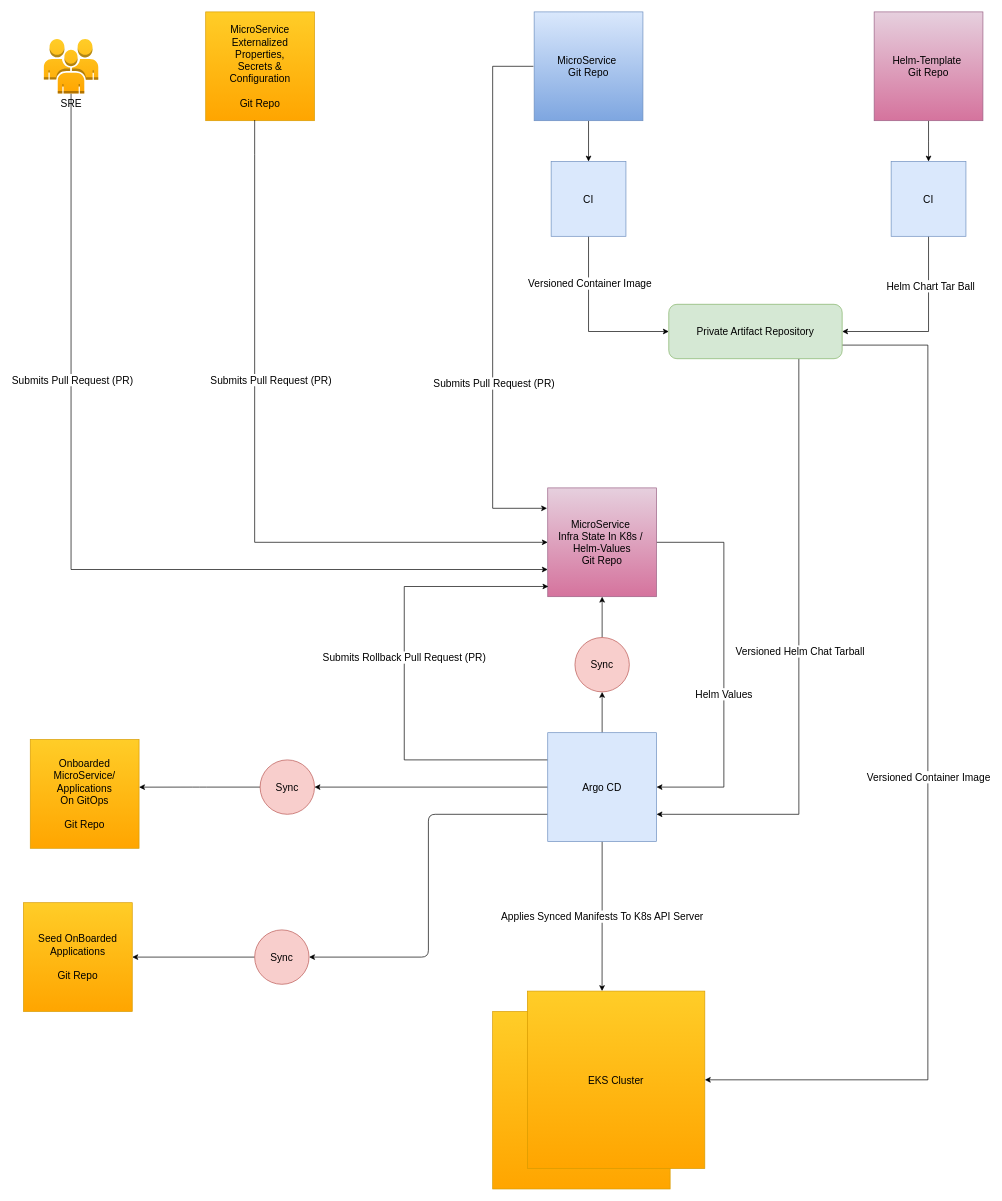
Above: gitSecOps/GitSecOps_High_Level.drawio in sinhasonalkumar/diagram (draw.io), before the change. Source tidied: cells renumbered, new cells numbered last; positions are measured from the earlier drawing's top-left corner, leaving out a move shared by most shapes. Both pictures are drawn from the tidied source at 68%, with x=0, y=0 at pixel (23, 12).
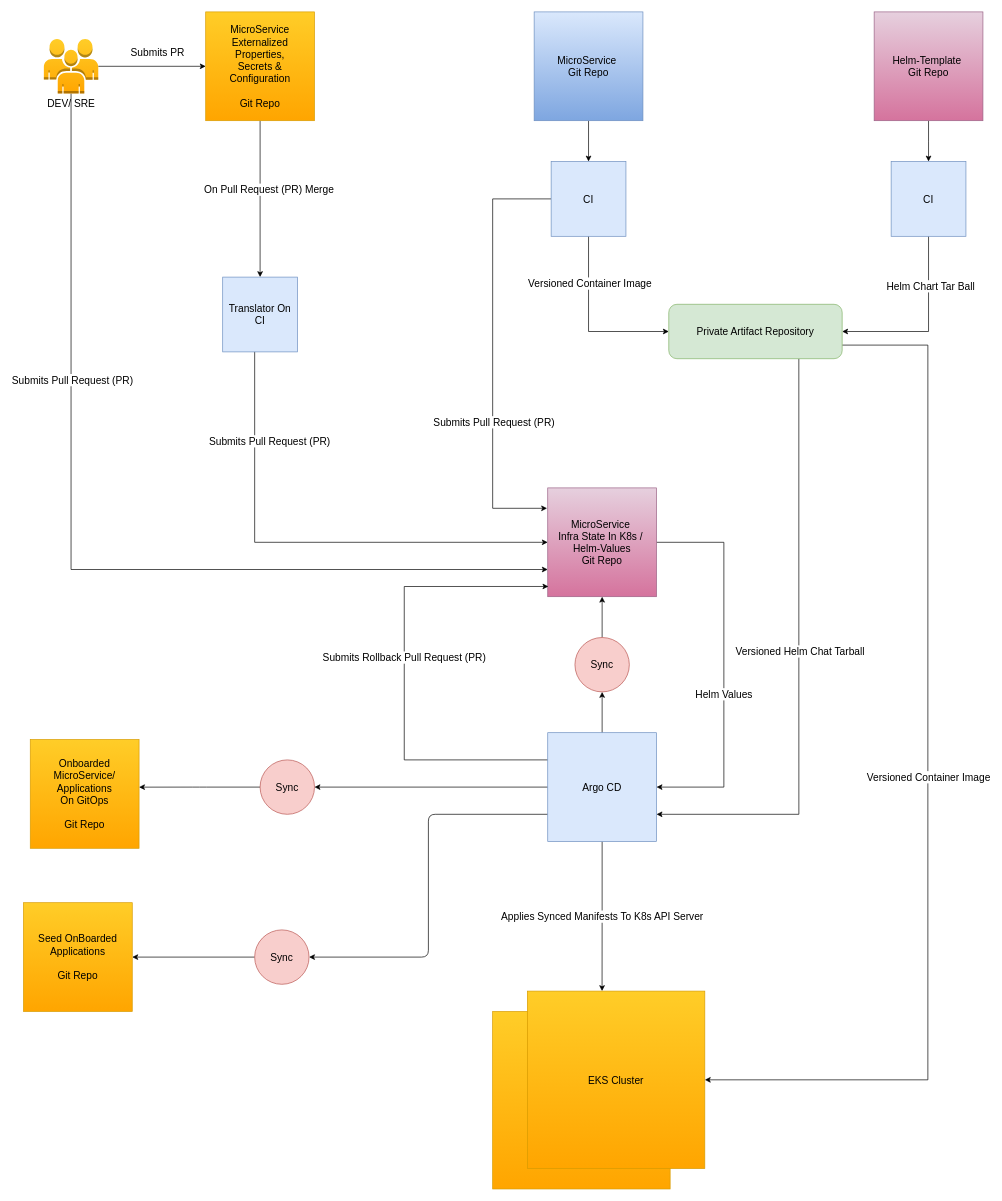
After the change.

The change refers to these unchanged cells:
```xml
<mxCell id="15" value="&lt;font style=&quot;font-size: 15px;&quot;&gt;CI&lt;/font&gt;" style="whiteSpace=wrap;html=1;fillColor=#dae8fc;strokeColor=#6c8ebf;" parent="1" vertex="1">
  <mxGeometry x="776" y="220" width="110" height="110" as="geometry" />
</mxCell>
<mxCell id="21" value="&lt;font style=&quot;font-size: 15px;&quot;&gt;MicroService&amp;nbsp;&lt;br&gt;Infra State In K8s /&amp;nbsp;&lt;br&gt;Helm-Values&lt;br&gt;Git Repo&lt;br&gt;&lt;/font&gt;" style="whiteSpace=wrap;html=1;fillColor=#e6d0de;strokeColor=#996185;gradientColor=#d5739d;" parent="1" vertex="1">
  <mxGeometry x="771" y="700" width="160" height="160" as="geometry" />
</mxCell>
<mxCell id="34" value="&lt;div&gt;&lt;span style=&quot;font-size: 15px;&quot;&gt;MicroService Externalized Properties,&lt;/span&gt;&lt;/div&gt;&lt;div&gt;&lt;span style=&quot;font-size: 15px;&quot;&gt;Secrets &amp;amp;&lt;/span&gt;&lt;/div&gt;&lt;div&gt;&lt;span style=&quot;font-size: 15px;&quot;&gt;Configuration&lt;/span&gt;&lt;/div&gt;&lt;div&gt;&lt;span style=&quot;font-size: 15px;&quot;&gt;&lt;br&gt;&lt;/span&gt;&lt;/div&gt;&lt;div&gt;&lt;span style=&quot;font-size: 15px;&quot;&gt;Git Repo&lt;/span&gt;&lt;/div&gt;" style="whiteSpace=wrap;html=1;fillColor=#ffcd28;strokeColor=#d79b00;gradientColor=#ffa500;" parent="1" vertex="1">
  <mxGeometry x="268" width="160" height="160" as="geometry" />
</mxCell>
```

The edit, as a diff of the source:
```diff
@@
-    <mxCell id="3" style="edgeStyle=orthogonalEdgeStyle;rounded=0;orthogonalLoop=1;jettySize=auto;html=1;exitX=0;exitY=0.5;exitDx=0;exitDy=0;fontSize=15;" parent="1" edge="1">
+    <mxCell id="3" style="edgeStyle=orthogonalEdgeStyle;rounded=0;jettySize=auto;html=1;fontSize=15;exitX=0;exitY=0.5;exitDx=0;exitDy=0;" parent="1" edge="1" source="15">
       <mxGeometry relative="1" as="geometry">
-        <mxPoint x="750" y="80" as="sourcePoint" />
         <mxPoint x="770" y="730" as="targetPoint" />
         <Array as="points">
-          <mxPoint x="690" y="80" />
+          <mxPoint x="690" y="275" />
           <mxPoint x="690" y="730" />
         </Array>
       </mxGeometry>
     </mxCell>
@@
+    <mxCell id="45" style="edgeStyle=orthogonalEdgeStyle;rounded=0;jettySize=auto;html=1;entryX=0;entryY=0.5;entryDx=0;entryDy=0;" parent="1" edge="1" source="33" target="34">
+      <mxGeometry relative="1" as="geometry" />
+    </mxCell>
-    <mxCell id="33" value="SRE" style="outlineConnect=0;dashed=0;verticalLabelPosition=bottom;verticalAlign=top;align=center;html=1;shape=mxgraph.aws3.users;fillColor=#ffcd28;fontSize=15;strokeColor=#d79b00;gradientColor=#ffa500;" parent="1" vertex="1">
+    <mxCell id="33" value="DEV/ SRE" style="outlineConnect=0;dashed=0;verticalLabelPosition=bottom;verticalAlign=top;align=center;html=1;shape=mxgraph.aws3.users;fillColor=#ffcd28;fontSize=15;strokeColor=#d79b00;gradientColor=#ffa500;" parent="1" vertex="1">
       <mxGeometry x="30" y="40" width="80" height="80" as="geometry" />
     </mxCell>
+    <mxCell id="46" style="edgeStyle=orthogonalEdgeStyle;rounded=0;jettySize=auto;html=1;entryX=0.5;entryY=0;entryDx=0;entryDy=0;" parent="1" edge="1" source="34" target="47">
+      <mxGeometry relative="1" as="geometry" />
+    </mxCell>
@@
-    <mxCell id="35" style="edgeStyle=orthogonalEdgeStyle;rounded=0;jettySize=auto;html=1;exitX=0.45;exitY=0.994;exitDx=0;exitDy=0;fontSize=15;exitPerimeter=0;entryX=0;entryY=0.5;entryDx=0;entryDy=0;" parent="1" edge="1" source="34" target="21">
+    <mxCell id="35" style="edgeStyle=orthogonalEdgeStyle;rounded=0;jettySize=auto;html=1;fontSize=15;entryX=0;entryY=0.5;entryDx=0;entryDy=0;" parent="1" edge="1" target="21">
       <mxGeometry relative="1" as="geometry">
+        <mxPoint x="340" y="400" as="sourcePoint" />
         <Array as="points">
-          <mxPoint x="340" y="210" />
-          <mxPoint x="340" y="210" />
           <mxPoint x="340" y="780" />
         </Array>
       </mxGeometry>
     </mxCell>
     <mxCell id="36" value="Submits Pull Request (PR)" style="edgeLabel;html=1;align=center;verticalAlign=middle;fontSize=15;" parent="35" vertex="1">
       <mxGeometry x="0.33" y="1" relative="1" as="geometry">
-        <mxPoint x="-56" y="-239" as="offset" />
+        <mxPoint x="-138" y="-149" as="offset" />
       </mxGeometry>
     </mxCell>
@@
+    <mxCell id="47" value="&lt;font style=&quot;font-size: 15px;&quot;&gt;Translator On&lt;br&gt;CI&lt;/font&gt;" style="whiteSpace=wrap;html=1;fillColor=#dae8fc;strokeColor=#6c8ebf;" parent="1" vertex="1">
+      <mxGeometry x="293" y="390" width="110" height="110" as="geometry" />
+    </mxCell>
+    <mxCell id="48" value="On Pull Request (PR) Merge" style="edgeLabel;html=1;align=center;verticalAlign=middle;fontSize=15;" parent="1" vertex="1">
+      <mxGeometry x="360" y="260" as="geometry" />
+    </mxCell>
+    <mxCell id="49" value="Submits PR" style="edgeLabel;html=1;align=center;verticalAlign=middle;fontSize=15;" parent="1" vertex="1">
+      <mxGeometry x="210" y="190" as="geometry">
+        <mxPoint x="-14" y="-131" as="offset" />
+      </mxGeometry>
+    </mxCell>
```
